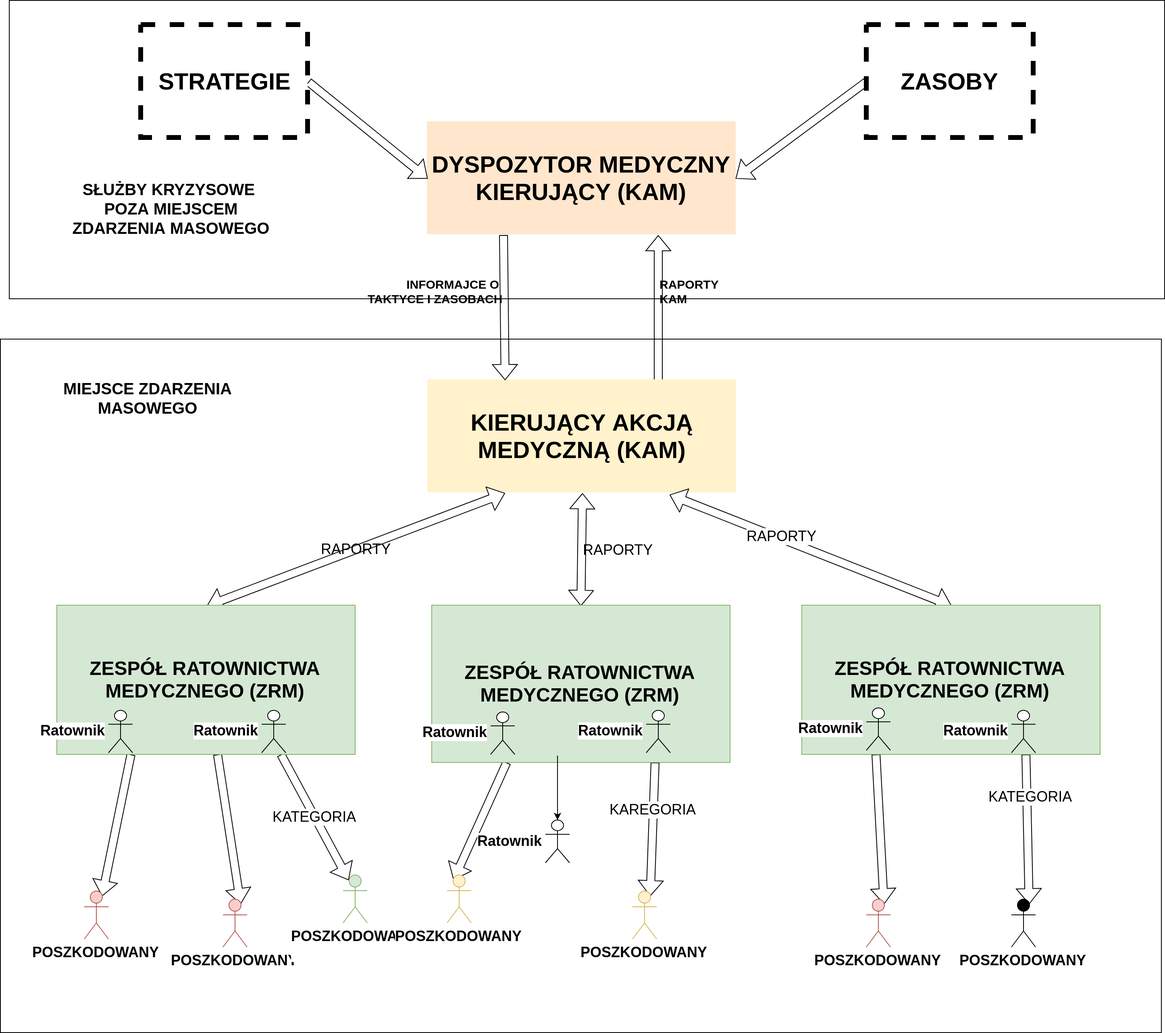
Above: img/hierarchy.png in JakubSokolowski/triage-docs (draw.io), before the change. Source tidied: cells renumbered, new cells last; positions are measured from the earlier drawing's top-left corner, leaving out a move shared by most shapes.
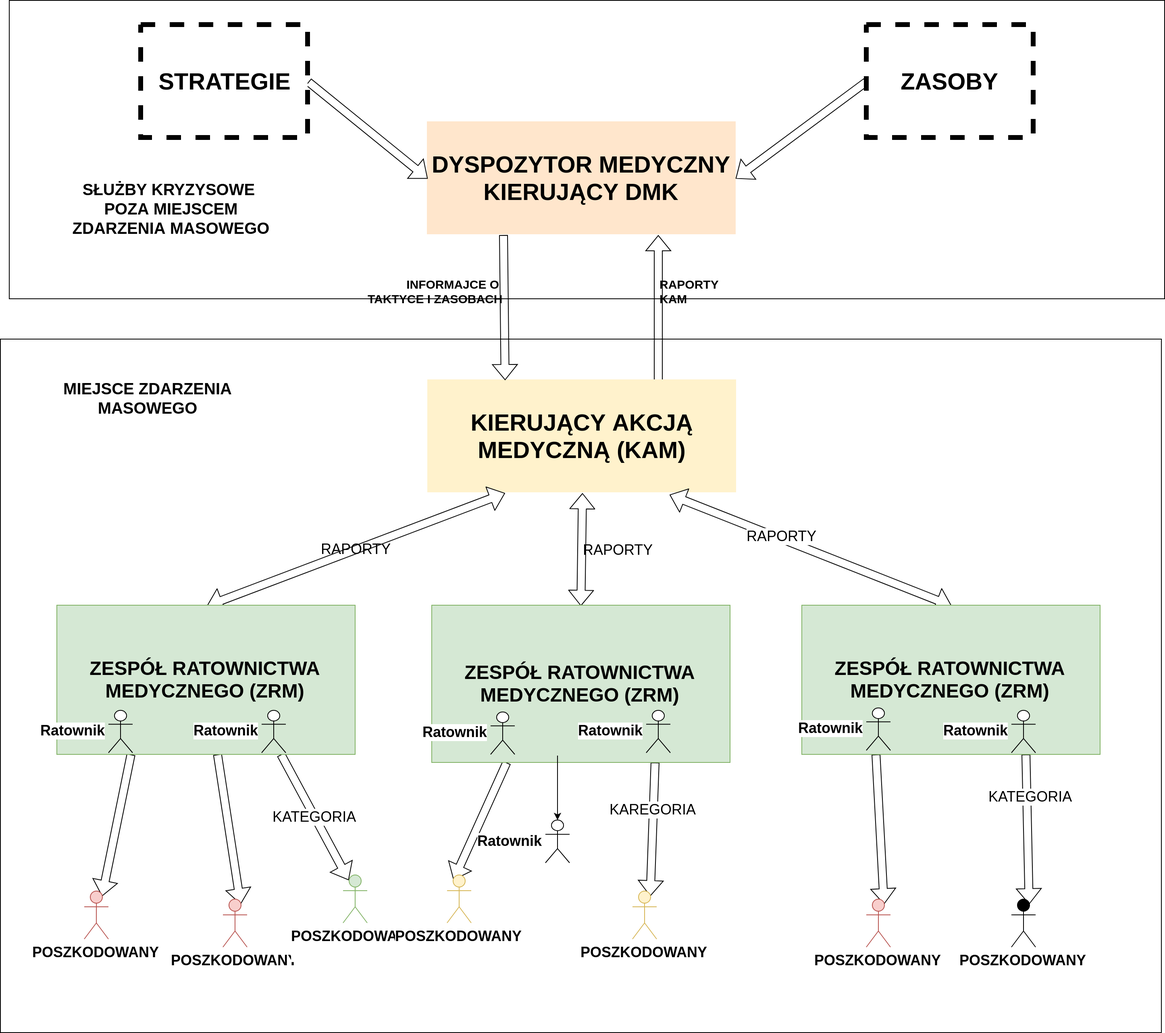
Above is the later version.

Commit message:
Updated  hierarchy diagram

The edit, as a diff of the source:
```diff
@@ -46,7 +46,7 @@
     <mxCell id="15" value="&lt;b style=&quot;font-size: 15px&quot;&gt;INFORMAJCE O&amp;nbsp;&lt;br style=&quot;font-size: 15px&quot;&gt;&lt;/b&gt;&lt;div style=&quot;text-align: left ; font-size: 15px&quot;&gt;&lt;span style=&quot;font-size: 15px&quot;&gt;&lt;b style=&quot;font-size: 15px&quot;&gt;TAKTYCE I ZASOBACH&lt;/b&gt;&lt;/span&gt;&lt;/div&gt;" style="edgeStyle=none;rounded=0;jettySize=auto;html=1;exitX=0.25;exitY=1;exitDx=0;exitDy=0;entryX=0.25;entryY=0;entryDx=0;entryDy=0;labelBackgroundColor=none;fontSize=15;labelPosition=left;verticalLabelPosition=top;align=right;verticalAlign=bottom;shape=flexArrow;" parent="1" edge="1" source="16" target="6">
       <mxGeometry relative="1" as="geometry" />
     </mxCell>
-    <mxCell id="16" value="DYSPOZYTOR MEDYCZNY KIERUJĄCY (KAM)&lt;br&gt;" style="rounded=0;whiteSpace=wrap;html=1;dashed=1;labelBackgroundColor=none;strokeWidth=6;fillColor=#ffe6cc;fontSize=29;strokeColor=none;fontStyle=1;" parent="1" vertex="1">
+    <mxCell id="16" value="DYSPOZYTOR MEDYCZNY KIERUJĄCY DMK&lt;br&gt;" style="rounded=0;whiteSpace=wrap;html=1;dashed=1;labelBackgroundColor=none;strokeWidth=6;fillColor=#ffe6cc;fontSize=29;strokeColor=none;fontStyle=1;" parent="1" vertex="1">
       <mxGeometry x="529" y="150" width="383" height="140" as="geometry" />
     </mxCell>
     <mxCell id="17" value="MIEJSCE ZDARZENIA MASOWEGO&lt;br style=&quot;font-size: 20px;&quot;&gt;" style="text;html=1;strokeColor=none;fillColor=none;align=center;verticalAlign=middle;whiteSpace=wrap;rounded=0;labelBackgroundColor=none;fontSize=20;fontStyle=1;" parent="1" vertex="1">
```
